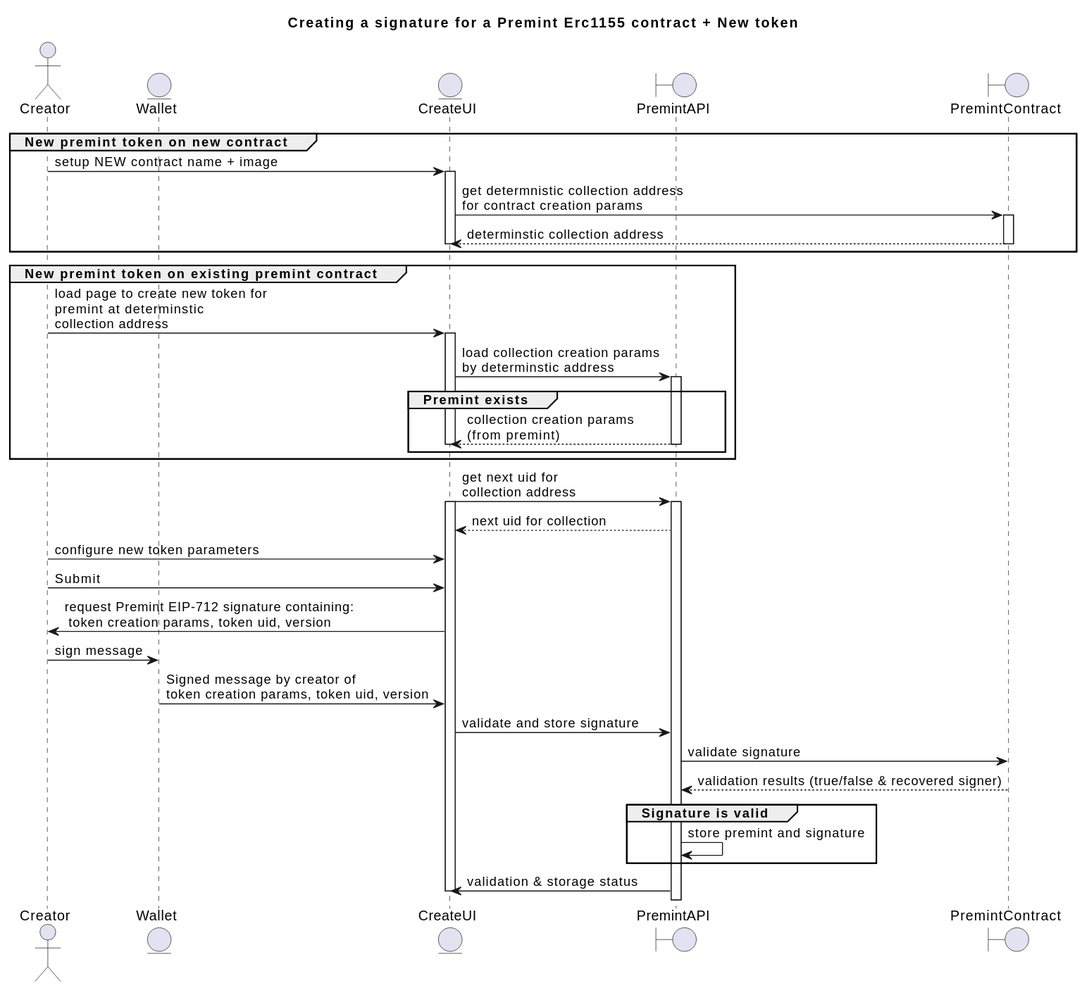
This is uml/generated/gasslessCreate-creation-sequence.svg from ourzora/zora-protocol, a PlantUML export, as it was before one commit.
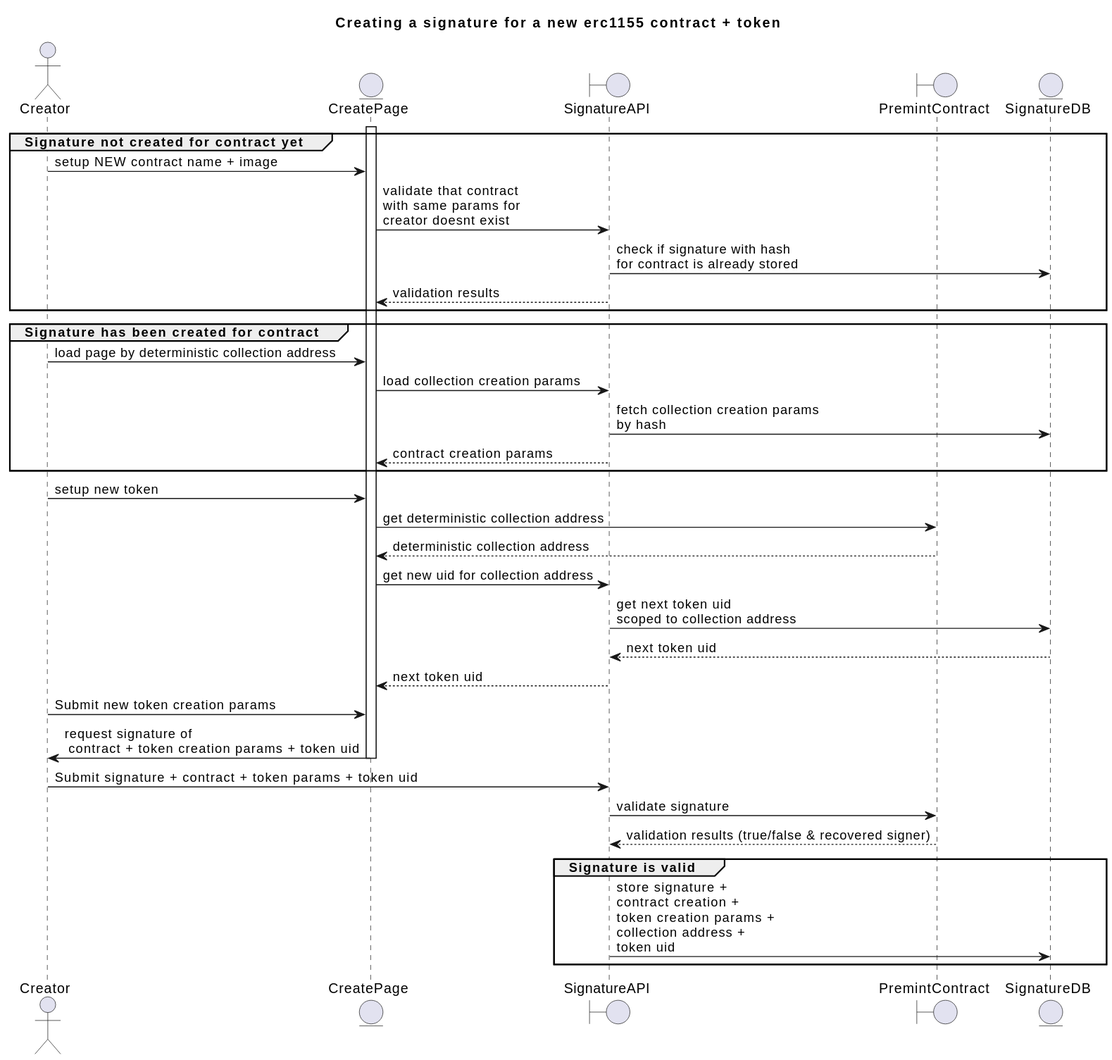
The same file after the commit.

What changed in the source:
```diff
@@ -1,58 +1,49 @@
 @startuml
-title Creating a signature for a Premint Erc1155 contract + New token
+title Creating a signature for a new erc1155 contract + token
 
 actor Creator
-entity Wallet
-entity CreateUI
-boundary PremintAPI
+entity CreatePage
+boundary SignatureAPI
 boundary PremintContract
+entity SignatureDB
 
-Group New premint token on new contract
 
-  Creator -> CreateUI: setup NEW contract name + image
-  activate CreateUI
-  CreateUI -> PremintContract: get determnistic collection address\nfor contract creation params
-  activate PremintContract
-  PremintContract --> CreateUI: determinstic collection address
-  deactivate CreateUI
-  deactivate PremintContract
+Group Signature not created for contract yet
+
+  activate CreatePage
+  Creator -> CreatePage: setup NEW contract name + image
+  CreatePage -> SignatureAPI: validate that contract \nwith same params for\ncreator doesnt exist
+  SignatureAPI -> SignatureDB: check if signature with hash \nfor contract is already stored
+  SignatureAPI --> CreatePage: validation results
 
 end
 
-Group New premint token on existing premint contract
+Group Signature has been created for contract
 
-  Creator -> CreateUI: load page to create new token for\npremint at determinstic\ncollection address
-  activate CreateUI
-  CreateUI -> PremintAPI: load collection creation params\nby determinstic address
-  activate PremintAPI
-
-  Group Premint exists
-    PremintAPI --> CreateUI: collection creation params\n(from premint)
-    deactivate CreateUI
-    deactivate PremintAPI
-  end
+  Creator -> CreatePage: load page by determinstic collection address
+  CreatePage -> SignatureAPI: load collection creation params
+  SignatureAPI -> SignatureDB: fetch collection creation params\nby hash
+  SignatureAPI --> CreatePage: contract creation params
 
 end
 
-CreateUI -> PremintAPI: get next uid for\ncollection address
-activate CreateUI
-activate PremintAPI
-PremintAPI --> CreateUI: next uid for collection
-
-Creator -> CreateUI: configure new token parameters
-Creator -> CreateUI: Submit
-CreateUI -> Creator: request Premint EIP-712 signature containing:\n token creation params, token uid, version
-Creator -> Wallet: sign message
-Wallet -> CreateUI: Signed message by creator of\ntoken creation params, token uid, version
-CreateUI -> PremintAPI: validate and store signature
-PremintAPI -> PremintContract: validate signature
-PremintContract --> PremintAPI: validation results (true/false & recovered signer)
+Creator -> CreatePage: setup new token
+CreatePage -> PremintContract: get determnistic collection address
+PremintContract --> CreatePage: determinstic collection address
+CreatePage -> SignatureAPI: get new uid for collection address
+SignatureAPI -> SignatureDB: get next token uid\nscoped to collection address
+SignatureDB --> SignatureAPI: next token uid
+SignatureAPI --> CreatePage: next token uid
+Creator -> CreatePage: Submit new token creation params
+CreatePage -> Creator: request signature of\n contract + token creation params + token uid
+deactivate CreatePage
+Creator -> SignatureAPI: Submit signature + contract + token params + token uid
+SignatureAPI -> PremintContract: validate signature
+PremintContract --> SignatureAPI: validation results (true/false & recovered signer)
 
 Group Signature is valid
-  PremintAPI -> PremintAPI: store premint and signature
+
+  SignatureAPI -> SignatureDB: store signature + \ncontract creation + \ntoken creation params + \ncollection address + \ntoken uid
 
 end
-
-PremintAPI -> CreateUI: validation & storage status
-deactivate CreateUI
 @enduml
```
